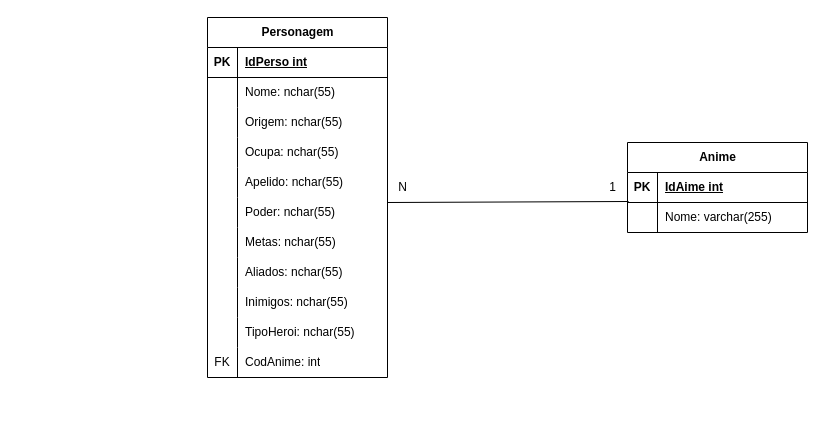
Earlier version of the draw.io diagram Diagrama Banco.drawio (FelipeOropeza/APIKitsu). Source tidied: cells renumbered, new cells numbered last; positions are measured from the earlier drawing's top-left corner, leaving out a move shared by most shapes. Both pictures are drawn from the tidied source at 100%, with x=0, y=0 at pixel (207, 17).
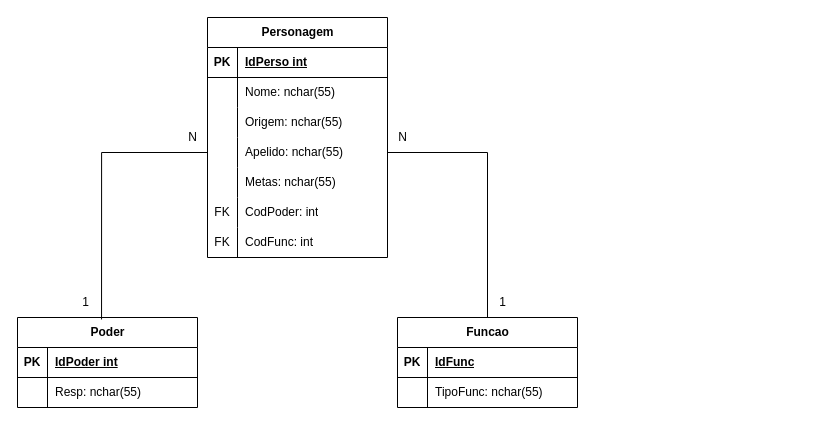
After the change.

What changed in the source:
```diff
@@
     <mxCell id="2" value="Personagem" style="shape=table;startSize=30;childLayout=tableLayout;rowLines=0;fontStyle=1;align=center;html=1;" parent="1" vertex="1">
-      <mxGeometry width="180" height="360" as="geometry" />
+      <mxGeometry width="180" height="240" as="geometry" />
     </mxCell>
@@
-    <mxCell id="12" style="shape=tableRow;horizontal=0;startSize=0;swimlaneHead=0;swimlaneBody=0;fillColor=none;top=0;left=0;right=0;bottom=0;" parent="2" vertex="1">
-      <mxGeometry y="120" width="180" height="30" as="geometry" />
-    </mxCell>
-    <mxCell id="13" style="shape=partialRectangle;fillColor=none;top=0;left=0;bottom=0;right=0;overflow=hidden;whiteSpace=wrap;html=1;" parent="12" vertex="1">
-      <mxGeometry width="30" height="30" as="geometry" />
-    </mxCell>
-    <mxCell id="14" value="Ocupa: nchar(55)" style="shape=partialRectangle;fillColor=none;top=0;left=0;bottom=0;right=0;align=left;spacingLeft=6;overflow=hidden;whiteSpace=wrap;html=1;" parent="12" vertex="1">
-      <mxGeometry x="30" width="150" height="30" as="geometry" />
-    </mxCell>
     <mxCell id="15" style="shape=tableRow;horizontal=0;startSize=0;swimlaneHead=0;swimlaneBody=0;fillColor=none;points=[[0,0.5],[1,0.5]];portConstraint=eastwest;top=0;left=0;right=0;bottom=0;" parent="2" vertex="1">
-      <mxGeometry y="150" width="180" height="30" as="geometry" />
+      <mxGeometry y="120" width="180" height="30" as="geometry" />
     </mxCell>
@@
-    <mxCell id="18" style="shape=tableRow;horizontal=0;startSize=0;swimlaneHead=0;swimlaneBody=0;fillColor=none;points=[[0,0.5],[1,0.5]];portConstraint=eastwest;top=0;left=0;right=0;bottom=0;" parent="2" vertex="1">
-      <mxGeometry y="180" width="180" height="30" as="geometry" />
-    </mxCell>
-    <mxCell id="19" style="shape=partialRectangle;fillColor=none;top=0;left=0;bottom=0;right=0;overflow=hidden;whiteSpace=wrap;html=1;" parent="18" vertex="1">
-      <mxGeometry width="30" height="30" as="geometry" />
-    </mxCell>
-    <mxCell id="20" value="Poder: nchar(55)" style="shape=partialRectangle;fillColor=none;top=0;left=0;bottom=0;right=0;align=left;spacingLeft=6;overflow=hidden;whiteSpace=wrap;html=1;" parent="18" vertex="1">
-      <mxGeometry x="30" width="150" height="30" as="geometry" />
-    </mxCell>
     <mxCell id="21" style="shape=tableRow;horizontal=0;startSize=0;swimlaneHead=0;swimlaneBody=0;fillColor=none;top=0;left=0;right=0;bottom=0;" parent="2" vertex="1">
-      <mxGeometry y="210" width="180" height="30" as="geometry" />
+      <mxGeometry y="150" width="180" height="30" as="geometry" />
     </mxCell>
@@
-    <mxCell id="24" style="shape=tableRow;horizontal=0;startSize=0;swimlaneHead=0;swimlaneBody=0;fillColor=none;top=0;left=0;right=0;bottom=0;" parent="2" vertex="1">
-      <mxGeometry y="240" width="180" height="30" as="geometry" />
-    </mxCell>
-    <mxCell id="25" style="shape=partialRectangle;fillColor=none;top=0;left=0;bottom=0;right=0;overflow=hidden;whiteSpace=wrap;html=1;" parent="24" vertex="1">
-      <mxGeometry width="30" height="30" as="geometry" />
-    </mxCell>
-    <mxCell id="26" value="Aliados: nchar(55)" style="shape=partialRectangle;fillColor=none;top=0;left=0;bottom=0;right=0;align=left;spacingLeft=6;overflow=hidden;whiteSpace=wrap;html=1;" parent="24" vertex="1">
-      <mxGeometry x="30" width="150" height="30" as="geometry" />
-    </mxCell>
-    <mxCell id="27" style="shape=tableRow;horizontal=0;startSize=0;swimlaneHead=0;swimlaneBody=0;fillColor=none;top=0;left=0;right=0;bottom=0;" parent="2" vertex="1">
-      <mxGeometry y="270" width="180" height="30" as="geometry" />
-    </mxCell>
-    <mxCell id="28" style="shape=partialRectangle;fillColor=none;top=0;left=0;bottom=0;right=0;overflow=hidden;whiteSpace=wrap;html=1;" parent="27" vertex="1">
-      <mxGeometry width="30" height="30" as="geometry" />
-    </mxCell>
-    <mxCell id="29" value="Inimigos: nchar(55)" style="shape=partialRectangle;fillColor=none;top=0;left=0;bottom=0;right=0;align=left;spacingLeft=6;overflow=hidden;whiteSpace=wrap;html=1;" parent="27" vertex="1">
-      <mxGeometry x="30" width="150" height="30" as="geometry" />
-    </mxCell>
-    <mxCell id="30" style="shape=tableRow;horizontal=0;startSize=0;swimlaneHead=0;swimlaneBody=0;fillColor=none;top=0;left=0;right=0;bottom=0;" parent="2" vertex="1">
-      <mxGeometry y="300" width="180" height="30" as="geometry" />
-    </mxCell>
-    <mxCell id="31" style="shape=partialRectangle;fillColor=none;top=0;left=0;bottom=0;right=0;overflow=hidden;whiteSpace=wrap;html=1;" parent="30" vertex="1">
-      <mxGeometry width="30" height="30" as="geometry" />
-    </mxCell>
-    <mxCell id="32" value="TipoHeroi: nchar(55)" style="shape=partialRectangle;fillColor=none;top=0;left=0;bottom=0;right=0;align=left;spacingLeft=6;overflow=hidden;whiteSpace=wrap;html=1;" parent="30" vertex="1">
-      <mxGeometry x="30" width="150" height="30" as="geometry" />
-    </mxCell>
     <mxCell id="33" style="shape=tableRow;horizontal=0;startSize=0;swimlaneHead=0;swimlaneBody=0;fillColor=none;top=0;left=0;right=0;bottom=0;" parent="2" vertex="1">
-      <mxGeometry y="330" width="180" height="30" as="geometry" />
+      <mxGeometry y="180" width="180" height="30" as="geometry" />
     </mxCell>
@@
-    <mxCell id="35" value="CodAnime: int" style="shape=partialRectangle;fillColor=none;top=0;left=0;bottom=0;right=0;align=left;spacingLeft=6;overflow=hidden;whiteSpace=wrap;html=1;" parent="33" vertex="1">
+    <mxCell id="35" value="CodPoder: int" style="shape=partialRectangle;fillColor=none;top=0;left=0;bottom=0;right=0;align=left;spacingLeft=6;overflow=hidden;whiteSpace=wrap;html=1;" parent="33" vertex="1">
       <mxGeometry x="30" width="150" height="30" as="geometry" />
     </mxCell>
-    <mxCell id="36" value="Anime" style="shape=table;startSize=30;childLayout=tableLayout;rowLines=0;fontStyle=1;align=center;html=1;gradientColor=none;rounded=0;shadow=0;" parent="1" vertex="1">
-      <mxGeometry x="420" y="125" width="180" height="90" as="geometry" />
-    </mxCell>
-    <mxCell id="37" style="shape=tableRow;horizontal=0;startSize=0;swimlaneHead=0;swimlaneBody=0;fillColor=none;top=0;left=0;right=0;bottom=1;" parent="36" vertex="1">
-      <mxGeometry y="30" width="180" height="30" as="geometry" />
-    </mxCell>
-    <mxCell id="38" value="PK" style="shape=partialRectangle;fillColor=none;top=0;left=0;bottom=0;right=0;fontStyle=1;overflow=hidden;whiteSpace=wrap;html=1;" parent="37" vertex="1">
-      <mxGeometry width="30" height="30" as="geometry" />
-    </mxCell>
-    <mxCell id="39" value="IdAime int" style="shape=partialRectangle;fillColor=none;top=0;left=0;bottom=0;right=0;align=left;spacingLeft=6;fontStyle=5;overflow=hidden;whiteSpace=wrap;html=1;" parent="37" vertex="1">
-      <mxGeometry x="30" width="150" height="30" as="geometry" />
-    </mxCell>
-    <mxCell id="40" style="shape=tableRow;horizontal=0;startSize=0;swimlaneHead=0;swimlaneBody=0;fillColor=none;top=0;left=0;right=0;bottom=0;" parent="36" vertex="1">
-      <mxGeometry y="60" width="180" height="30" as="geometry" />
-    </mxCell>
-    <mxCell id="41" style="shape=partialRectangle;fillColor=none;top=0;left=0;bottom=0;right=0;overflow=hidden;whiteSpace=wrap;html=1;" parent="40" vertex="1">
-      <mxGeometry width="30" height="30" as="geometry" />
-    </mxCell>
-    <mxCell id="42" value="Nome: varchar(255)" style="shape=partialRectangle;fillColor=none;top=0;left=0;bottom=0;right=0;align=left;spacingLeft=6;overflow=hidden;whiteSpace=wrap;html=1;" parent="40" vertex="1">
-      <mxGeometry x="30" width="150" height="30" as="geometry" />
-    </mxCell>
-    <mxCell id="43" value="1" style="text;html=1;align=center;verticalAlign=middle;strokeColor=none;fillColor=none;" parent="1" vertex="1">
-      <mxGeometry x="390" y="155" width="30" height="30" as="geometry" />
-    </mxCell>
-    <mxCell id="44" value="N" style="text;html=1;align=center;verticalAlign=middle;strokeColor=none;fillColor=none;" parent="1" vertex="1">
-      <mxGeometry x="180" y="155" width="30" height="30" as="geometry" />
-    </mxCell>
-    <mxCell id="45" style="endArrow=none;html=1;rounded=0;entryX=0.006;entryY=-0.033;entryDx=0;entryDy=0;entryPerimeter=0;exitX=1;exitY=0.167;exitDx=0;exitDy=0;exitPerimeter=0;" parent="1" edge="1" source="18">
-      <mxGeometry relative="1" as="geometry">
-        <mxPoint x="421.1" y="184" as="targetPoint" />
-      </mxGeometry>
-    </mxCell>
+    <mxCell id="46" style="shape=tableRow;horizontal=0;startSize=0;swimlaneHead=0;swimlaneBody=0;fillColor=none;top=0;left=0;right=0;bottom=0;" parent="2" vertex="1">
+      <mxGeometry y="210" width="180" height="30" as="geometry" />
+    </mxCell>
+    <mxCell id="47" value="FK" style="shape=partialRectangle;fillColor=none;top=0;left=0;bottom=0;right=0;overflow=hidden;whiteSpace=wrap;html=1;" parent="46" vertex="1">
+      <mxGeometry width="30" height="30" as="geometry" />
+    </mxCell>
+    <mxCell id="48" value="CodFunc: int" style="shape=partialRectangle;fillColor=none;top=0;left=0;bottom=0;right=0;align=left;spacingLeft=6;overflow=hidden;whiteSpace=wrap;html=1;" parent="46" vertex="1">
+      <mxGeometry x="30" width="150" height="30" as="geometry" />
+    </mxCell>
+    <mxCell id="49" value="Poder" style="shape=table;startSize=30;childLayout=tableLayout;rowLines=0;fontStyle=1;align=center;html=1;" parent="1" vertex="1">
+      <mxGeometry x="-190" y="300" width="180" height="90" as="geometry" />
+    </mxCell>
+    <mxCell id="50" style="shape=tableRow;horizontal=0;startSize=0;swimlaneHead=0;swimlaneBody=0;fillColor=none;top=0;left=0;right=0;bottom=1;" parent="49" vertex="1">
+      <mxGeometry y="30" width="180" height="30" as="geometry" />
+    </mxCell>
+    <mxCell id="51" value="PK" style="shape=partialRectangle;fillColor=none;top=0;left=0;bottom=0;right=0;fontStyle=1;overflow=hidden;whiteSpace=wrap;html=1;" parent="50" vertex="1">
+      <mxGeometry width="30" height="30" as="geometry" />
+    </mxCell>
+    <mxCell id="52" value="IdPoder int" style="shape=partialRectangle;fillColor=none;top=0;left=0;bottom=0;right=0;align=left;spacingLeft=6;fontStyle=5;overflow=hidden;whiteSpace=wrap;html=1;" parent="50" vertex="1">
+      <mxGeometry x="30" width="150" height="30" as="geometry" />
+    </mxCell>
+    <mxCell id="53" style="shape=tableRow;horizontal=0;startSize=0;swimlaneHead=0;swimlaneBody=0;fillColor=none;top=0;left=0;right=0;bottom=0;" parent="49" vertex="1">
+      <mxGeometry y="60" width="180" height="30" as="geometry" />
+    </mxCell>
+    <mxCell id="54" style="shape=partialRectangle;fillColor=none;top=0;left=0;bottom=0;right=0;overflow=hidden;whiteSpace=wrap;html=1;" parent="53" vertex="1">
+      <mxGeometry width="30" height="30" as="geometry" />
+    </mxCell>
+    <mxCell id="55" value="Resp: nchar(55)" style="shape=partialRectangle;fillColor=none;top=0;left=0;bottom=0;right=0;align=left;spacingLeft=6;overflow=hidden;whiteSpace=wrap;html=1;" parent="53" vertex="1">
+      <mxGeometry x="30" width="150" height="30" as="geometry" />
+    </mxCell>
+    <mxCell id="56" value="Funcao" style="shape=table;startSize=30;childLayout=tableLayout;rowLines=0;fontStyle=1;align=center;html=1;" parent="1" vertex="1">
+      <mxGeometry x="190" y="300" width="180" height="90" as="geometry" />
+    </mxCell>
+    <mxCell id="57" style="shape=tableRow;horizontal=0;startSize=0;swimlaneHead=0;swimlaneBody=0;fillColor=none;top=0;left=0;right=0;bottom=1;" parent="56" vertex="1">
+      <mxGeometry y="30" width="180" height="30" as="geometry" />
+    </mxCell>
+    <mxCell id="58" value="PK" style="shape=partialRectangle;fillColor=none;top=0;left=0;bottom=0;right=0;fontStyle=1;overflow=hidden;whiteSpace=wrap;html=1;" parent="57" vertex="1">
+      <mxGeometry width="30" height="30" as="geometry" />
+    </mxCell>
+    <mxCell id="59" value="IdFunc" style="shape=partialRectangle;fillColor=none;top=0;left=0;bottom=0;right=0;align=left;spacingLeft=6;fontStyle=5;overflow=hidden;whiteSpace=wrap;html=1;" parent="57" vertex="1">
+      <mxGeometry x="30" width="150" height="30" as="geometry" />
+    </mxCell>
+    <mxCell id="60" style="shape=tableRow;horizontal=0;startSize=0;swimlaneHead=0;swimlaneBody=0;fillColor=none;top=0;left=0;right=0;bottom=0;" parent="56" vertex="1">
+      <mxGeometry y="60" width="180" height="30" as="geometry" />
+    </mxCell>
+    <mxCell id="61" style="shape=partialRectangle;fillColor=none;top=0;left=0;bottom=0;right=0;overflow=hidden;whiteSpace=wrap;html=1;" parent="60" vertex="1">
+      <mxGeometry width="30" height="30" as="geometry" />
+    </mxCell>
+    <mxCell id="62" value="TipoFunc: nchar(55)" style="shape=partialRectangle;fillColor=none;top=0;left=0;bottom=0;right=0;align=left;spacingLeft=6;overflow=hidden;whiteSpace=wrap;html=1;" parent="60" vertex="1">
+      <mxGeometry x="30" width="150" height="30" as="geometry" />
+    </mxCell>
+    <mxCell id="63" style="edgeStyle=orthogonalEdgeStyle;rounded=0;jettySize=auto;html=1;exitX=0;exitY=0.5;exitDx=0;exitDy=0;entryX=0.467;entryY=0.022;entryDx=0;entryDy=0;entryPerimeter=0;endArrow=none;endFill=0;" parent="1" edge="1" source="15" target="49">
+      <mxGeometry relative="1" as="geometry" />
+    </mxCell>
+    <mxCell id="64" style="edgeStyle=orthogonalEdgeStyle;rounded=0;jettySize=auto;html=1;exitX=1;exitY=0.5;exitDx=0;exitDy=0;entryX=0.5;entryY=0;entryDx=0;entryDy=0;endArrow=none;endFill=0;" parent="1" edge="1" source="15" target="56">
+      <mxGeometry relative="1" as="geometry" />
+    </mxCell>
+    <mxCell id="65" value="N" style="text;html=1;align=center;verticalAlign=middle;strokeColor=none;fillColor=none;" parent="1" vertex="1">
+      <mxGeometry x="180" y="105" width="30" height="30" as="geometry" />
+    </mxCell>
+    <mxCell id="66" value="N" style="text;html=1;align=center;verticalAlign=middle;strokeColor=none;fillColor=none;" parent="1" vertex="1">
+      <mxGeometry x="-30" y="105" width="30" height="30" as="geometry" />
+    </mxCell>
+    <mxCell id="67" value="1" style="text;html=1;align=center;verticalAlign=middle;strokeColor=none;fillColor=none;" parent="1" vertex="1">
+      <mxGeometry x="280" y="270" width="30" height="30" as="geometry" />
+    </mxCell>
+    <mxCell id="68" value="1" style="text;html=1;align=center;verticalAlign=middle;strokeColor=none;fillColor=none;" parent="1" vertex="1">
+      <mxGeometry x="-137" y="270" width="30" height="30" as="geometry" />
+    </mxCell>
```
